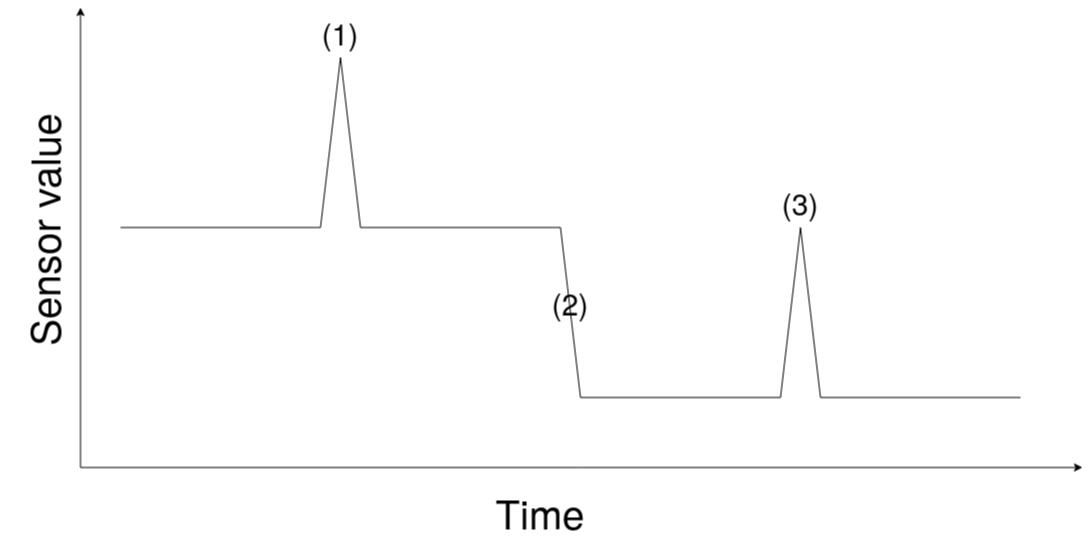
Above: figures/anomaly_example.png in MediusInc/FRI-DS-INTRODUCTION-TO-DATA-SCIENCE-2023 (draw.io), before the change. Source tidied: cells renumbered, new cells last; positions are measured from the earlier drawing's top-left corner, leaving out a move shared by most shapes. The source it was exported from:
```xml
<mxGraphModel background="#000000">
  <root>
    <mxCell id="0" />
    <mxCell id="1" parent="0" />
    <mxCell id="2" style="endArrow=none;html=1;rounded=0;strokeColor=#FFFFFF;fontColor=#FFFFFF;" parent="1" edge="1">
      <mxGeometry relative="1" as="geometry">
        <mxPoint x="230" y="220" as="sourcePoint" />
        <mxPoint x="430" y="220" as="targetPoint" />
      </mxGeometry>
    </mxCell>
    <mxCell id="3" style="endArrow=none;html=1;rounded=0;strokeColor=#FFFFFF;fontColor=#FFFFFF;" parent="1" edge="1">
      <mxGeometry relative="1" as="geometry">
        <mxPoint x="430" y="220" as="sourcePoint" />
        <mxPoint x="450" y="50" as="targetPoint" />
      </mxGeometry>
    </mxCell>
    <mxCell id="4" style="endArrow=none;html=1;rounded=0;strokeColor=#FFFFFF;fontColor=#FFFFFF;" parent="1" edge="1">
      <mxGeometry relative="1" as="geometry">
        <mxPoint x="470" y="220" as="sourcePoint" />
        <mxPoint x="450" y="50" as="targetPoint" />
      </mxGeometry>
    </mxCell>
    <mxCell id="5" style="endArrow=none;html=1;rounded=0;strokeColor=#FFFFFF;fontColor=#FFFFFF;" parent="1" edge="1">
      <mxGeometry relative="1" as="geometry">
        <mxPoint x="470" y="220" as="sourcePoint" />
        <mxPoint x="670" y="220" as="targetPoint" />
      </mxGeometry>
    </mxCell>
    <mxCell id="6" style="endArrow=none;html=1;rounded=0;strokeColor=#FFFFFF;fontColor=#FFFFFF;" parent="1" edge="1">
      <mxGeometry relative="1" as="geometry">
        <mxPoint x="690" y="390" as="sourcePoint" />
        <mxPoint x="670" y="220" as="targetPoint" />
      </mxGeometry>
    </mxCell>
    <mxCell id="7" style="endArrow=none;html=1;rounded=0;strokeColor=#FFFFFF;fontColor=#FFFFFF;" parent="1" edge="1">
      <mxGeometry relative="1" as="geometry">
        <mxPoint x="690" y="390" as="sourcePoint" />
        <mxPoint x="890" y="390" as="targetPoint" />
      </mxGeometry>
    </mxCell>
    <mxCell id="8" style="endArrow=none;html=1;rounded=0;strokeColor=#FFFFFF;fontColor=#FFFFFF;" parent="1" edge="1">
      <mxGeometry relative="1" as="geometry">
        <mxPoint x="890" y="390" as="sourcePoint" />
        <mxPoint x="910" y="220" as="targetPoint" />
      </mxGeometry>
    </mxCell>
    <mxCell id="9" style="endArrow=none;html=1;rounded=0;strokeColor=#FFFFFF;fontColor=#FFFFFF;" parent="1" edge="1">
      <mxGeometry relative="1" as="geometry">
        <mxPoint x="930" y="390" as="sourcePoint" />
        <mxPoint x="910" y="220" as="targetPoint" />
      </mxGeometry>
    </mxCell>
    <mxCell id="10" style="endArrow=none;html=1;rounded=0;strokeColor=#FFFFFF;fontColor=#FFFFFF;" parent="1" edge="1">
      <mxGeometry relative="1" as="geometry">
        <mxPoint x="930" y="390" as="sourcePoint" />
        <mxPoint x="1130" y="390" as="targetPoint" />
      </mxGeometry>
    </mxCell>
    <mxCell id="11" style="endArrow=classic;html=1;rounded=0;strokeColor=#FFFFFF;fontColor=#FFFFFF;" parent="1" edge="1">
      <mxGeometry relative="1" as="geometry">
        <mxPoint x="190" y="460" as="sourcePoint" />
        <mxPoint x="190" as="targetPoint" />
      </mxGeometry>
    </mxCell>
    <mxCell id="12" style="endArrow=classic;html=1;rounded=0;strokeColor=#FFFFFF;fontColor=#FFFFFF;" parent="1" edge="1">
      <mxGeometry relative="1" as="geometry">
        <mxPoint x="190" y="460" as="sourcePoint" />
        <mxPoint x="1192" y="460" as="targetPoint" />
      </mxGeometry>
    </mxCell>
    <mxCell id="13" value="Time" style="text;html=1;strokeColor=none;fillColor=none;align=center;verticalAlign=middle;whiteSpace=wrap;rounded=0;fontSize=40;fontColor=#FFFFFF;" parent="1" vertex="1">
      <mxGeometry x="620" y="490" width="60" height="30" as="geometry" />
    </mxCell>
    <mxCell id="14" value="Sensor value" style="text;html=1;strokeColor=none;fillColor=none;align=center;verticalAlign=middle;whiteSpace=wrap;rounded=0;fontSize=40;flipH=0;flipV=0;direction=south;rotation=270;fontColor=#FFFFFF;" parent="1" vertex="1">
      <mxGeometry y="180" width="305" height="85" as="geometry" />
    </mxCell>
    <mxCell id="15" value="&lt;font style=&quot;font-size: 30px;&quot;&gt;(1)&lt;/font&gt;" style="text;html=1;strokeColor=none;fillColor=none;align=center;verticalAlign=middle;whiteSpace=wrap;rounded=0;fontColor=#FFFFFF;" parent="1" vertex="1">
      <mxGeometry x="420" y="10" width="60" height="30" as="geometry" />
    </mxCell>
    <mxCell id="16" value="&lt;div&gt;&lt;font style=&quot;font-size: 30px;&quot;&gt;(2)&lt;/font&gt;&lt;/div&gt;" style="text;html=1;strokeColor=none;fillColor=none;align=center;verticalAlign=middle;whiteSpace=wrap;rounded=0;fontColor=#FFFFFF;" parent="1" vertex="1">
      <mxGeometry x="650" y="280" width="60" height="30" as="geometry" />
    </mxCell>
    <mxCell id="17" value="&lt;div&gt;&lt;font style=&quot;font-size: 30px;&quot;&gt;(3)&lt;/font&gt;&lt;/div&gt;" style="text;html=1;strokeColor=none;fillColor=none;align=center;verticalAlign=middle;whiteSpace=wrap;rounded=0;fontColor=#FFFFFF;" parent="1" vertex="1">
      <mxGeometry x="880" y="180" width="60" height="30" as="geometry" />
    </mxCell>
  </root>
</mxGraphModel>
```
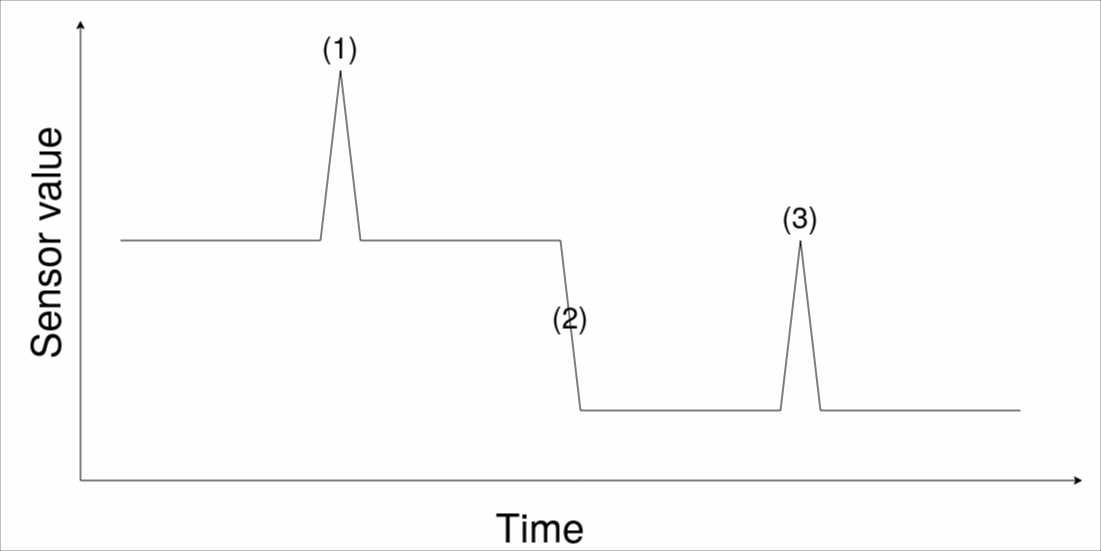
The same file after the commit.

Commit message:
Fixed image anomaly example in readme

Diff of the diagram source:
```diff
@@ -2,6 +2,9 @@
   <root>
     <mxCell id="0" />
     <mxCell id="1" parent="0" />
+    <mxCell id="18" style="rounded=0;whiteSpace=wrap;html=1;fillColor=#000000;" parent="1" vertex="1">
+      <mxGeometry x="110" y="-20" width="1100" height="550" as="geometry" />
+    </mxCell>
     <mxCell id="2" style="endArrow=none;html=1;rounded=0;strokeColor=#FFFFFF;fontColor=#FFFFFF;" parent="1" edge="1">
       <mxGeometry relative="1" as="geometry">
         <mxPoint x="230" y="220" as="sourcePoint" />
```
